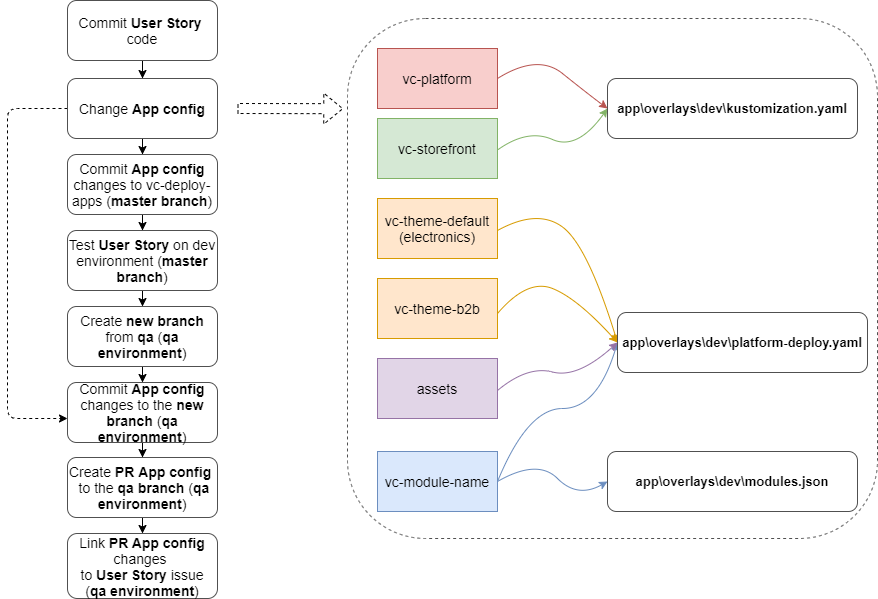
Above: docs/media/ArgoCD flows-Dev flow detailed.png in VirtoCommerce/vc-deploy-apps (draw.io), before the change. Source tidied: cells renumbered, new cells last; positions are measured from the earlier drawing's top-left corner, leaving out a move shared by most shapes.
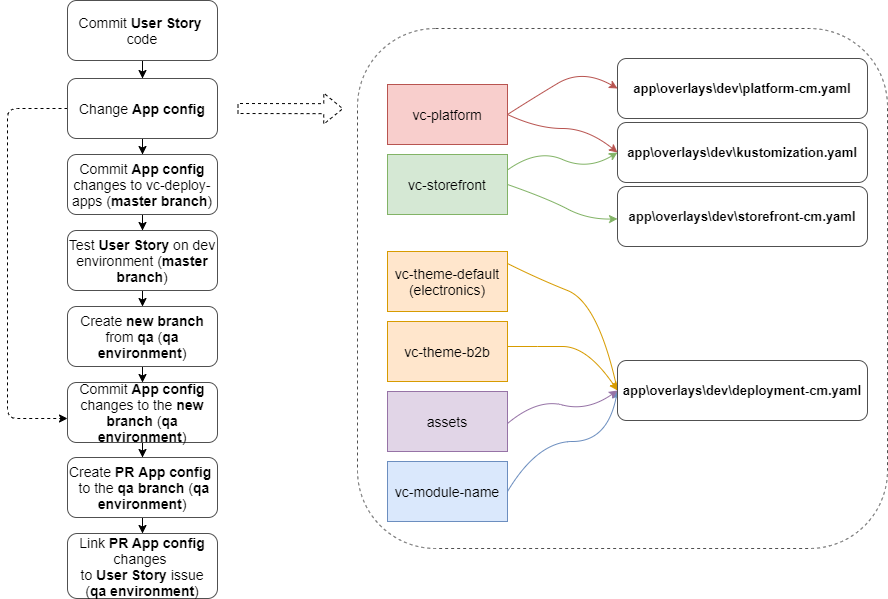
After the change.

Diff of the diagram source:
```diff
@@ -22,96 +22,6 @@
     <mxCell id="6" value="Change &lt;b&gt;App config&lt;/b&gt;" style="rounded=1;whiteSpace=wrap;html=1;strokeColor=#505050;fillColor=#FFFFFF;fontSize=14;" parent="1" vertex="1">
       <mxGeometry x="60" y="78" width="150" height="60" as="geometry" />
     </mxCell>
-    <mxCell id="7" style="rounded=1;whiteSpace=wrap;html=1;strokeColor=#505050;fillColor=#FFFFFF;fontSize=14;dashed=1;" parent="1" vertex="1">
-      <mxGeometry x="340" y="18" width="530" height="520" as="geometry" />
-    </mxCell>
-    <mxCell id="8" value="vc-platform" style="rounded=0;whiteSpace=wrap;html=1;fillColor=#f8cecc;strokeColor=#b85450;fontSize=14;" parent="1" vertex="1">
-      <mxGeometry x="370" y="48" width="120" height="60" as="geometry" />
-    </mxCell>
-    <mxCell id="9" value="vc-storefront" style="rounded=0;whiteSpace=wrap;html=1;fillColor=#d5e8d4;strokeColor=#82b366;fontSize=14;" parent="1" vertex="1">
-      <mxGeometry x="370" y="118" width="120" height="60" as="geometry" />
-    </mxCell>
-    <mxCell id="10" value="vc-module-name" style="rounded=0;whiteSpace=wrap;html=1;fillColor=#dae8fc;strokeColor=#6c8ebf;fontSize=14;" parent="1" vertex="1">
-      <mxGeometry x="370" y="451" width="120" height="60" as="geometry" />
-    </mxCell>
-    <mxCell id="11" value="vc-theme-default&lt;br&gt;(electronics)" style="rounded=0;whiteSpace=wrap;html=1;fillColor=#ffe6cc;strokeColor=#d79b00;fontSize=14;" parent="1" vertex="1">
-      <mxGeometry x="370" y="198" width="120" height="60" as="geometry" />
-    </mxCell>
-    <mxCell id="12" style="curved=1;endArrow=classic;html=1;fontSize=14;entryX=0;entryY=0.5;entryDx=0;entryDy=0;exitX=1;exitY=0.5;exitDx=0;exitDy=0;fillColor=#f8cecc;strokeColor=#b85450;" parent="1" edge="1" source="8" target="21">
-      <mxGeometry relative="1" as="geometry">
-        <Array as="points">
-          <mxPoint x="530" y="53" />
-          <mxPoint x="580" y="93" />
-        </Array>
-      </mxGeometry>
-    </mxCell>
-    <mxCell id="13" style="curved=1;endArrow=classic;html=1;fontSize=14;entryX=0;entryY=0.5;entryDx=0;entryDy=0;exitX=1;exitY=0.5;exitDx=0;exitDy=0;fillColor=#d5e8d4;strokeColor=#82b366;" parent="1" edge="1" target="21">
-      <mxGeometry relative="1" as="geometry">
-        <mxPoint x="490" y="149.5" as="sourcePoint" />
-        <Array as="points">
-          <mxPoint x="520" y="128" />
-          <mxPoint x="570" y="150" />
-        </Array>
-      </mxGeometry>
-    </mxCell>
-    <mxCell id="14" style="curved=1;endArrow=classic;html=1;fontSize=14;entryX=0;entryY=0.5;entryDx=0;entryDy=0;exitX=1;exitY=0.5;exitDx=0;exitDy=0;fillColor=#ffe6cc;strokeColor=#d79b00;" parent="1" edge="1" target="22">
-      <mxGeometry relative="1" as="geometry">
-        <mxPoint x="490" y="230" as="sourcePoint" />
-        <Array as="points">
-          <mxPoint x="530" y="208" />
-          <mxPoint x="580" y="245" />
-        </Array>
-      </mxGeometry>
-    </mxCell>
-    <mxCell id="15" value="vc-theme-b2b" style="rounded=0;whiteSpace=wrap;html=1;fillColor=#ffe6cc;strokeColor=#d79b00;fontSize=14;" parent="1" vertex="1">
-      <mxGeometry x="370" y="278" width="120" height="60" as="geometry" />
-    </mxCell>
-    <mxCell id="16" style="curved=1;endArrow=classic;html=1;fontSize=14;entryX=0;entryY=0.5;entryDx=0;entryDy=0;exitX=1;exitY=0.5;exitDx=0;exitDy=0;fillColor=#ffe6cc;strokeColor=#d79b00;" parent="1" edge="1" target="22">
-      <mxGeometry relative="1" as="geometry">
-        <mxPoint x="490" y="313" as="sourcePoint" />
-        <Array as="points">
-          <mxPoint x="520" y="278" />
-          <mxPoint x="570" y="298" />
-        </Array>
-      </mxGeometry>
-    </mxCell>
-    <mxCell id="17" style="curved=1;endArrow=classic;html=1;fontSize=14;entryX=0;entryY=0.5;entryDx=0;entryDy=0;exitX=1;exitY=0.5;exitDx=0;exitDy=0;fillColor=#dae8fc;strokeColor=#6c8ebf;" parent="1" edge="1" source="10" target="22">
-      <mxGeometry relative="1" as="geometry">
-        <Array as="points">
-          <mxPoint x="520" y="408" />
-          <mxPoint x="590" y="408" />
-        </Array>
-      </mxGeometry>
-    </mxCell>
-    <mxCell id="18" style="curved=1;endArrow=classic;html=1;fontSize=14;entryX=0;entryY=0.5;entryDx=0;entryDy=0;exitX=1;exitY=0.5;exitDx=0;exitDy=0;fillColor=#dae8fc;strokeColor=#6c8ebf;" parent="1" edge="1" source="10" target="23">
-      <mxGeometry relative="1" as="geometry">
-        <Array as="points">
-          <mxPoint x="530" y="458" />
-          <mxPoint x="570" y="498" />
-        </Array>
-      </mxGeometry>
-    </mxCell>
-    <mxCell id="19" value="assets" style="rounded=0;whiteSpace=wrap;html=1;fillColor=#e1d5e7;strokeColor=#9673a6;fontSize=14;" parent="1" vertex="1">
-      <mxGeometry x="370" y="358" width="120" height="60" as="geometry" />
-    </mxCell>
-    <mxCell id="20" style="curved=1;endArrow=classic;html=1;fontSize=14;entryX=0;entryY=0.5;entryDx=0;entryDy=0;fillColor=#e1d5e7;strokeColor=#9673a6;" parent="1" edge="1" target="22">
-      <mxGeometry relative="1" as="geometry">
-        <mxPoint x="490" y="390" as="sourcePoint" />
-        <Array as="points">
-          <mxPoint x="520" y="365" />
-          <mxPoint x="570" y="378" />
-        </Array>
-      </mxGeometry>
-    </mxCell>
-    <mxCell id="21" value="&lt;h1 style=&quot;text-align: left; font-size: 13px;&quot;&gt;app\overlays\dev\kustomization.yaml&lt;/h1&gt;" style="rounded=1;whiteSpace=wrap;html=1;strokeColor=#505050;fillColor=#FFFFFF;fontSize=13;" parent="1" vertex="1">
-      <mxGeometry x="600" y="78" width="250" height="60" as="geometry" />
-    </mxCell>
-    <mxCell id="22" value="&lt;h1 style=&quot;text-align: left ; font-size: 13px&quot;&gt;app\overlays\dev\platform-deploy.yaml&lt;/h1&gt;" style="rounded=1;whiteSpace=wrap;html=1;strokeColor=#505050;fillColor=#FFFFFF;fontSize=13;" parent="1" vertex="1">
-      <mxGeometry x="610" y="312" width="250" height="60" as="geometry" />
-    </mxCell>
-    <mxCell id="23" value="&lt;h1 style=&quot;text-align: left ; font-size: 13px&quot;&gt;app\overlays\dev\modules.json&lt;/h1&gt;" style="rounded=1;whiteSpace=wrap;html=1;strokeColor=#505050;fillColor=#FFFFFF;fontSize=13;" parent="1" vertex="1">
-      <mxGeometry x="600" y="451" width="250" height="60" as="geometry" />
-    </mxCell>
     <mxCell id="24" style="edgeStyle=orthogonalEdgeStyle;rounded=0;jettySize=auto;html=1;" parent="1" edge="1" source="25" target="28">
       <mxGeometry relative="1" as="geometry" />
     </mxCell>
@@ -151,5 +61,106 @@
     <mxCell id="35" value="Create &lt;b&gt;PR&amp;nbsp;&lt;/b&gt;&lt;b&gt;App config&lt;/b&gt;&amp;nbsp;&lt;b&gt;&lt;br&gt;&lt;/b&gt;&amp;nbsp;to the &lt;b&gt;qa&amp;nbsp;branch&lt;/b&gt; (&lt;b&gt;qa environment&lt;/b&gt;)" style="rounded=1;whiteSpace=wrap;html=1;strokeColor=#505050;fillColor=#FFFFFF;fontSize=14;" parent="1" vertex="1">
       <mxGeometry x="60" y="457" width="150" height="60" as="geometry" />
     </mxCell>
+    <mxCell id="36" style="rounded=1;whiteSpace=wrap;html=1;strokeColor=#505050;fillColor=#FFFFFF;fontSize=14;dashed=1;" parent="1" vertex="1">
+      <mxGeometry x="350" y="28" width="530" height="520" as="geometry" />
+    </mxCell>
+    <mxCell id="8" value="vc-platform" style="rounded=0;whiteSpace=wrap;html=1;fillColor=#f8cecc;strokeColor=#b85450;fontSize=14;" parent="1" vertex="1">
+      <mxGeometry x="380" y="84" width="120" height="60" as="geometry" />
+    </mxCell>
+    <mxCell id="9" value="vc-storefront" style="rounded=0;whiteSpace=wrap;html=1;fillColor=#d5e8d4;strokeColor=#82b366;fontSize=14;" parent="1" vertex="1">
+      <mxGeometry x="380" y="154" width="120" height="60" as="geometry" />
+    </mxCell>
+    <mxCell id="10" value="vc-module-name" style="rounded=0;whiteSpace=wrap;html=1;fillColor=#dae8fc;strokeColor=#6c8ebf;fontSize=14;" parent="1" vertex="1">
+      <mxGeometry x="380" y="461" width="120" height="60" as="geometry" />
+    </mxCell>
+    <mxCell id="11" value="vc-theme-default&lt;br&gt;(electronics)" style="rounded=0;whiteSpace=wrap;html=1;fillColor=#ffe6cc;strokeColor=#d79b00;fontSize=14;" parent="1" vertex="1">
+      <mxGeometry x="380" y="251" width="120" height="60" as="geometry" />
+    </mxCell>
+    <mxCell id="12" style="curved=1;endArrow=classic;html=1;fontSize=14;entryX=0;entryY=0.5;entryDx=0;entryDy=0;exitX=1;exitY=0.5;exitDx=0;exitDy=0;fillColor=#f8cecc;strokeColor=#b85450;" parent="1" edge="1" source="8" target="21">
+      <mxGeometry relative="1" as="geometry">
+        <Array as="points">
+          <mxPoint x="530" y="128" />
+          <mxPoint x="580" y="128" />
+        </Array>
+      </mxGeometry>
+    </mxCell>
+    <mxCell id="37" style="curved=1;endArrow=classic;html=1;fontSize=14;entryX=0;entryY=0.5;entryDx=0;entryDy=0;exitX=1;exitY=0.5;exitDx=0;exitDy=0;fillColor=#d5e8d4;strokeColor=#82b366;" parent="1" edge="1" target="21">
+      <mxGeometry relative="1" as="geometry">
+        <mxPoint x="500" y="169.5" as="sourcePoint" />
+        <Array as="points">
+          <mxPoint x="530" y="148" />
+          <mxPoint x="580" y="170" />
+        </Array>
+      </mxGeometry>
+    </mxCell>
+    <mxCell id="38" style="curved=1;endArrow=classic;html=1;fontSize=14;entryX=0;entryY=0.5;entryDx=0;entryDy=0;exitX=1;exitY=0.5;exitDx=0;exitDy=0;fillColor=#ffe6cc;strokeColor=#d79b00;" parent="1" edge="1" target="42">
+      <mxGeometry relative="1" as="geometry">
+        <mxPoint x="500" y="263" as="sourcePoint" />
+        <Array as="points">
+          <mxPoint x="530" y="278" />
+          <mxPoint x="590" y="302" />
+        </Array>
+      </mxGeometry>
+    </mxCell>
+    <mxCell id="15" value="vc-theme-b2b" style="rounded=0;whiteSpace=wrap;html=1;fillColor=#ffe6cc;strokeColor=#d79b00;fontSize=14;" parent="1" vertex="1">
+      <mxGeometry x="380" y="321" width="120" height="60" as="geometry" />
+    </mxCell>
+    <mxCell id="39" style="curved=1;endArrow=classic;html=1;fontSize=14;entryX=0;entryY=0.5;entryDx=0;entryDy=0;exitX=1;exitY=0.5;exitDx=0;exitDy=0;fillColor=#ffe6cc;strokeColor=#d79b00;" parent="1" edge="1" target="42">
+      <mxGeometry relative="1" as="geometry">
+        <mxPoint x="500" y="346" as="sourcePoint" />
+        <Array as="points">
+          <mxPoint x="530" y="346" />
+          <mxPoint x="580" y="346" />
+        </Array>
+      </mxGeometry>
+    </mxCell>
+    <mxCell id="40" style="curved=1;endArrow=classic;html=1;fontSize=14;entryX=0;entryY=0.5;entryDx=0;entryDy=0;exitX=1;exitY=0.5;exitDx=0;exitDy=0;fillColor=#dae8fc;strokeColor=#6c8ebf;" parent="1" edge="1" source="10" target="42">
+      <mxGeometry relative="1" as="geometry">
+        <Array as="points">
+          <mxPoint x="530" y="441" />
+          <mxPoint x="600" y="441" />
+        </Array>
+      </mxGeometry>
+    </mxCell>
+    <mxCell id="19" value="assets" style="rounded=0;whiteSpace=wrap;html=1;fillColor=#e1d5e7;strokeColor=#9673a6;fontSize=14;" parent="1" vertex="1">
+      <mxGeometry x="380" y="391" width="120" height="60" as="geometry" />
+    </mxCell>
+    <mxCell id="41" style="curved=1;endArrow=classic;html=1;fontSize=14;entryX=0;entryY=0.5;entryDx=0;entryDy=0;fillColor=#e1d5e7;strokeColor=#9673a6;" parent="1" edge="1" target="42">
+      <mxGeometry relative="1" as="geometry">
+        <mxPoint x="500" y="423" as="sourcePoint" />
+        <Array as="points">
+          <mxPoint x="530" y="398" />
+          <mxPoint x="580" y="411" />
+        </Array>
+      </mxGeometry>
+    </mxCell>
+    <mxCell id="21" value="&lt;h1 style=&quot;text-align: left; font-size: 13px;&quot;&gt;app\overlays\dev\kustomization.yaml&lt;/h1&gt;" style="rounded=1;whiteSpace=wrap;html=1;strokeColor=#505050;fillColor=#FFFFFF;fontSize=13;" parent="1" vertex="1">
+      <mxGeometry x="610" y="122" width="250" height="60" as="geometry" />
+    </mxCell>
+    <mxCell id="42" value="&lt;h1 style=&quot;text-align: left ; font-size: 13px&quot;&gt;app\overlays\dev\deployment-cm.yaml&lt;/h1&gt;" style="rounded=1;whiteSpace=wrap;html=1;strokeColor=#505050;fillColor=#FFFFFF;fontSize=13;" parent="1" vertex="1">
+      <mxGeometry x="610" y="360" width="250" height="60" as="geometry" />
+    </mxCell>
+    <mxCell id="43" value="&lt;h1 style=&quot;text-align: left ; font-size: 13px&quot;&gt;app\overlays\dev\storefront-cm.yaml&lt;/h1&gt;" style="rounded=1;whiteSpace=wrap;html=1;strokeColor=#505050;fillColor=#FFFFFF;fontSize=13;" parent="1" vertex="1">
+      <mxGeometry x="610" y="186" width="250" height="60" as="geometry" />
+    </mxCell>
+    <mxCell id="44" value="&lt;h1 style=&quot;text-align: left ; font-size: 13px&quot;&gt;app\overlays\dev\platform-cm.yaml&lt;/h1&gt;" style="rounded=1;whiteSpace=wrap;html=1;strokeColor=#505050;fillColor=#FFFFFF;fontSize=13;" parent="1" vertex="1">
+      <mxGeometry x="610" y="58" width="250" height="60" as="geometry" />
+    </mxCell>
+    <mxCell id="45" style="curved=1;endArrow=classic;html=1;fontSize=14;exitX=1;exitY=0.5;exitDx=0;exitDy=0;fillColor=#d5e8d4;strokeColor=#82b366;" parent="1" edge="1" source="9" target="43">
+      <mxGeometry relative="1" as="geometry">
+        <Array as="points">
+          <mxPoint x="540" y="198" />
+          <mxPoint x="580" y="219" />
+        </Array>
+      </mxGeometry>
+    </mxCell>
+    <mxCell id="46" style="curved=1;endArrow=classic;html=1;fontSize=14;entryX=0;entryY=0.5;entryDx=0;entryDy=0;exitX=1;exitY=0.5;exitDx=0;exitDy=0;fillColor=#f8cecc;strokeColor=#b85450;" parent="1" edge="1" source="8" target="44">
+      <mxGeometry relative="1" as="geometry">
+        <Array as="points">
+          <mxPoint x="525" y="98" />
+          <mxPoint x="575" y="68" />
+        </Array>
+      </mxGeometry>
+    </mxCell>
   </root>
 </mxGraphModel>
```
